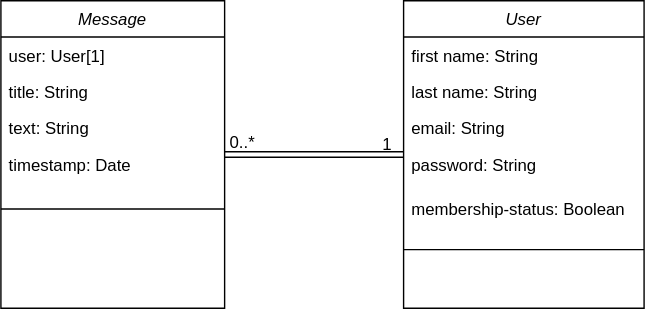
The draw.io diagram data-models.svg in JuliaShlykova/members-only, before a commit. Source tidied: cells renumbered, new cells last; positions are measured from the earlier drawing's top-left corner, leaving out a move shared by most shapes.
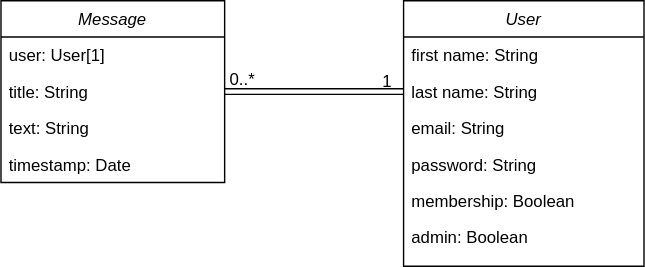
The same file after the commit.

What changed in the source:
```diff
@@ -3,7 +3,7 @@
     <mxCell id="0" />
     <mxCell id="1" parent="0" />
     <mxCell id="2" value="Message" style="swimlane;fontStyle=2;align=center;verticalAlign=top;horizontal=1;startSize=26;rounded=0;shadow=0;strokeWidth=1;" parent="1" vertex="1">
-      <mxGeometry width="160" height="220" as="geometry" />
+      <mxGeometry width="160" height="130" as="geometry" />
     </mxCell>
     <mxCell id="3" value="user: User[1]" style="text;align=left;verticalAlign=top;spacingLeft=4;spacingRight=4;overflow=hidden;rounded=0;shadow=0;html=0;" parent="2" vertex="1">
       <mxGeometry y="26" width="160" height="26" as="geometry" />
@@ -17,11 +17,8 @@
     <mxCell id="6" value="timestamp: Date" style="text;align=left;verticalAlign=top;spacingLeft=4;spacingRight=4;overflow=hidden;rounded=0;shadow=0;html=0;" parent="2" vertex="1">
       <mxGeometry y="104" width="160" height="26" as="geometry" />
     </mxCell>
-    <mxCell id="7" style="line;html=1;strokeWidth=1;align=left;verticalAlign=middle;spacingTop=-1;spacingLeft=3;spacingRight=3;labelPosition=right;" parent="2" vertex="1">
-      <mxGeometry y="130" width="160" height="38" as="geometry" />
-    </mxCell>
     <mxCell id="8" value="User" style="swimlane;fontStyle=2;align=center;verticalAlign=top;horizontal=1;startSize=26;rounded=0;shadow=0;strokeWidth=1;" parent="1" vertex="1">
-      <mxGeometry x="288" width="172" height="220" as="geometry" />
+      <mxGeometry x="288" width="172" height="190" as="geometry" />
     </mxCell>
     <mxCell id="9" value="first name: String" style="text;align=left;verticalAlign=top;spacingLeft=4;spacingRight=4;overflow=hidden;" parent="8" vertex="1">
       <mxGeometry y="26" width="172" height="26" as="geometry" />
@@ -33,14 +30,14 @@
       <mxGeometry y="78" width="172" height="26" as="geometry" />
     </mxCell>
     <mxCell id="12" value="password: String" style="text;align=left;verticalAlign=top;spacingLeft=4;spacingRight=4;overflow=hidden;rounded=0;shadow=0;html=0;" parent="8" vertex="1">
-      <mxGeometry y="104" width="172" height="32" as="geometry" />
+      <mxGeometry y="104" width="172" height="26" as="geometry" />
     </mxCell>
-    <mxCell id="13" value="membership-status: Boolean" style="text;align=left;verticalAlign=top;spacingLeft=4;spacingRight=4;overflow=hidden;rounded=0;shadow=0;html=0;" parent="8" vertex="1">
-      <mxGeometry y="136" width="172" height="32" as="geometry" />
-    </mxCell>
-    <mxCell id="14" style="line;html=1;strokeWidth=1;align=left;verticalAlign=middle;spacingTop=-1;spacingLeft=3;spacingRight=3;labelPosition=right;" parent="8" vertex="1">
-      <mxGeometry y="168" width="172" height="20" as="geometry" />
-    </mxCell>
+    <mxCell id="18" value="membership: Boolean" style="text;align=left;verticalAlign=top;spacingLeft=4;spacingRight=4;overflow=hidden;rounded=0;shadow=0;html=0;" parent="8" vertex="1">
+      <mxGeometry y="130" width="172" height="26" as="geometry" />
+    </mxCell>
+    <mxCell id="19" value="admin: Boolean" style="text;align=left;verticalAlign=top;spacingLeft=4;spacingRight=4;overflow=hidden;rounded=0;shadow=0;html=0;" parent="8" vertex="1">
+      <mxGeometry y="156" width="172" height="26" as="geometry" />
+    </mxCell>
     <mxCell id="15" style="endArrow=open;shadow=0;strokeWidth=1;rounded=0;endFill=1;edgeStyle=elbowEdgeStyle;elbow=vertical;strokeColor=default;shape=link;" parent="1" edge="1" source="2" target="8">
       <mxGeometry x="0.5" y="41" relative="1" as="geometry">
         <mxPoint x="-40" y="32" as="offset" />
```
